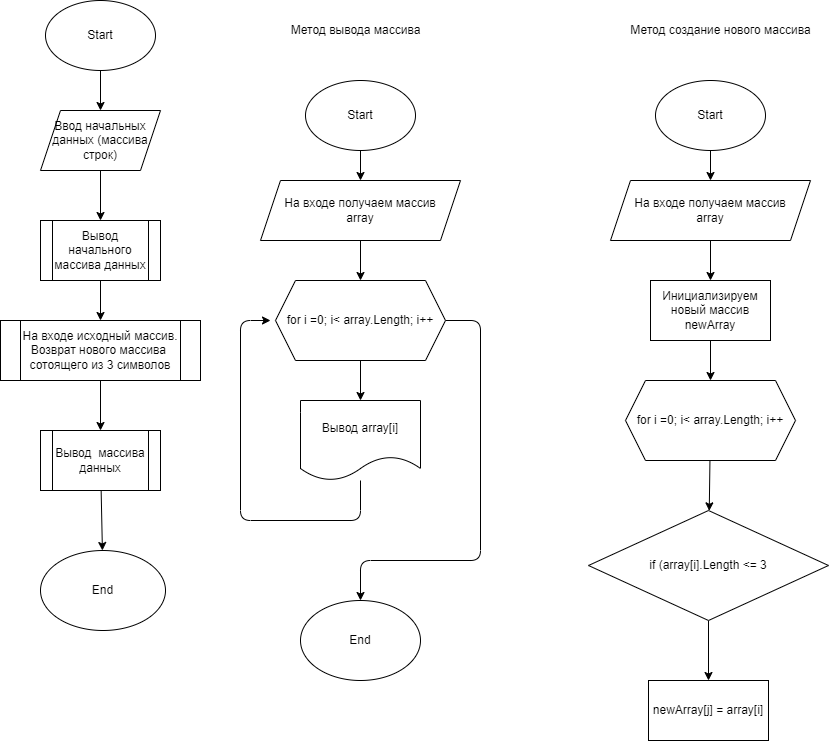
Earlier version of the draw.io export Test001.drawio.png (DmitryZ2000/Task1). Source tidied: cells renumbered, new cells last; positions are measured from the earlier drawing's top-left corner, leaving out a move shared by most shapes.
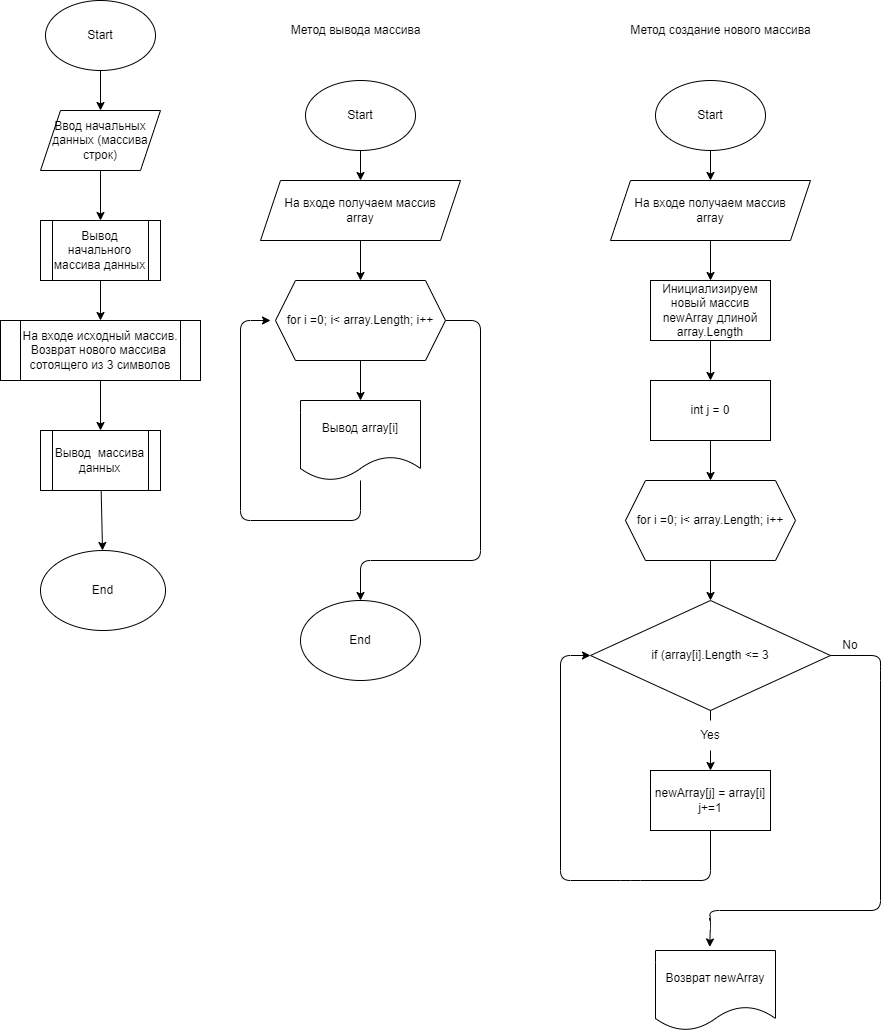
Above is the later version.

Commit message:
Закончил блок схему

Change to the diagram source:
```diff
@@ -98,26 +98,65 @@
     <mxCell id="28" value="На входе получаем массив&lt;br&gt;array" style="shape=parallelogram;perimeter=parallelogramPerimeter;whiteSpace=wrap;html=1;fixedSize=1;" parent="1" vertex="1">
       <mxGeometry x="610" y="180" width="200" height="60" as="geometry" />
     </mxCell>
-    <mxCell id="29" style="edgeStyle=none;html=1;" parent="1" edge="1" source="30" target="32">
-      <mxGeometry relative="1" as="geometry" />
-    </mxCell>
+    <mxCell id="36" style="edgeStyle=none;html=1;" parent="1" edge="1" source="30" target="40">
+      <mxGeometry relative="1" as="geometry" />
+    </mxCell>
-    <mxCell id="30" value="Инициализируем новый массив newArray" style="whiteSpace=wrap;html=1;" parent="1" vertex="1">
+    <mxCell id="30" value="Инициализируем новый массив newArray длиной array.Length" style="whiteSpace=wrap;html=1;" parent="1" vertex="1">
       <mxGeometry x="650" y="280" width="120" height="60" as="geometry" />
     </mxCell>
     <mxCell id="31" style="edgeStyle=none;html=1;" parent="1" edge="1" source="32" target="34">
       <mxGeometry relative="1" as="geometry" />
     </mxCell>
     <mxCell id="32" value="for i =0; i&amp;lt; array.Length; i++" style="shape=hexagon;perimeter=hexagonPerimeter2;whiteSpace=wrap;html=1;fixedSize=1;" parent="1" vertex="1">
-      <mxGeometry x="625" y="380" width="170" height="80" as="geometry" />
+      <mxGeometry x="625" y="480" width="170" height="80" as="geometry" />
     </mxCell>
-    <mxCell id="33" style="edgeStyle=none;html=1;" parent="1" edge="1" source="34" target="35">
+    <mxCell id="33" style="edgeStyle=none;html=1;startArrow=none;" parent="1" edge="1" source="41" target="35">
       <mxGeometry relative="1" as="geometry" />
     </mxCell>
+    <mxCell id="37" style="edgeStyle=none;html=1;entryX=0.452;entryY=-0.044;entryDx=0;entryDy=0;entryPerimeter=0;" parent="1" edge="1" source="34" target="43">
+      <mxGeometry relative="1" as="geometry">
+        <Array as="points">
+          <mxPoint x="880" y="655" />
+          <mxPoint x="880" y="670" />
+          <mxPoint x="880" y="910" />
+          <mxPoint x="709" y="910" />
+          <mxPoint x="710" y="920" />
+        </Array>
+      </mxGeometry>
+    </mxCell>
     <mxCell id="34" value="if (array[i].Length &amp;lt;= 3" style="rhombus;whiteSpace=wrap;html=1;" parent="1" vertex="1">
-      <mxGeometry x="588" y="510" width="240" height="110" as="geometry" />
+      <mxGeometry x="590" y="600" width="240" height="110" as="geometry" />
     </mxCell>
+    <mxCell id="38" style="edgeStyle=none;html=1;entryX=0;entryY=0.5;entryDx=0;entryDy=0;" parent="1" edge="1" source="35" target="34">
+      <mxGeometry relative="1" as="geometry">
+        <Array as="points">
+          <mxPoint x="710" y="880" />
+          <mxPoint x="630" y="880" />
+          <mxPoint x="560" y="880" />
+          <mxPoint x="560" y="655" />
+        </Array>
+      </mxGeometry>
+    </mxCell>
-    <mxCell id="35" value="newArray[j] = array[i]" style="whiteSpace=wrap;html=1;" parent="1" vertex="1">
-      <mxGeometry x="648" y="680" width="120" height="60" as="geometry" />
+    <mxCell id="35" value="newArray[j] = array[i]&lt;br&gt;j+=1" style="whiteSpace=wrap;html=1;" parent="1" vertex="1">
+      <mxGeometry x="650" y="770" width="120" height="60" as="geometry" />
     </mxCell>
+    <mxCell id="39" style="edgeStyle=none;html=1;" parent="1" edge="1" source="40" target="32">
+      <mxGeometry relative="1" as="geometry" />
+    </mxCell>
+    <mxCell id="40" value="int j = 0" style="whiteSpace=wrap;html=1;" parent="1" vertex="1">
+      <mxGeometry x="650" y="380" width="120" height="60" as="geometry" />
+    </mxCell>
+    <mxCell id="41" value="Yes" style="text;html=1;strokeColor=none;fillColor=none;align=center;verticalAlign=middle;whiteSpace=wrap;rounded=0;" parent="1" vertex="1">
+      <mxGeometry x="680" y="720" width="60" height="30" as="geometry" />
+    </mxCell>
+    <mxCell id="42" style="edgeStyle=none;html=1;endArrow=none;" parent="1" edge="1" source="34" target="41">
+      <mxGeometry relative="1" as="geometry" />
+    </mxCell>
+    <mxCell id="43" value="Возврат newArray" style="shape=document;whiteSpace=wrap;html=1;boundedLbl=1;" parent="1" vertex="1">
+      <mxGeometry x="655" y="950" width="120" height="80" as="geometry" />
+    </mxCell>
+    <mxCell id="44" value="No" style="text;html=1;strokeColor=none;fillColor=none;align=center;verticalAlign=middle;whiteSpace=wrap;rounded=0;" parent="1" vertex="1">
+      <mxGeometry x="820" y="630" width="60" height="30" as="geometry" />
+    </mxCell>
   </root>
 </mxGraphModel>
```
